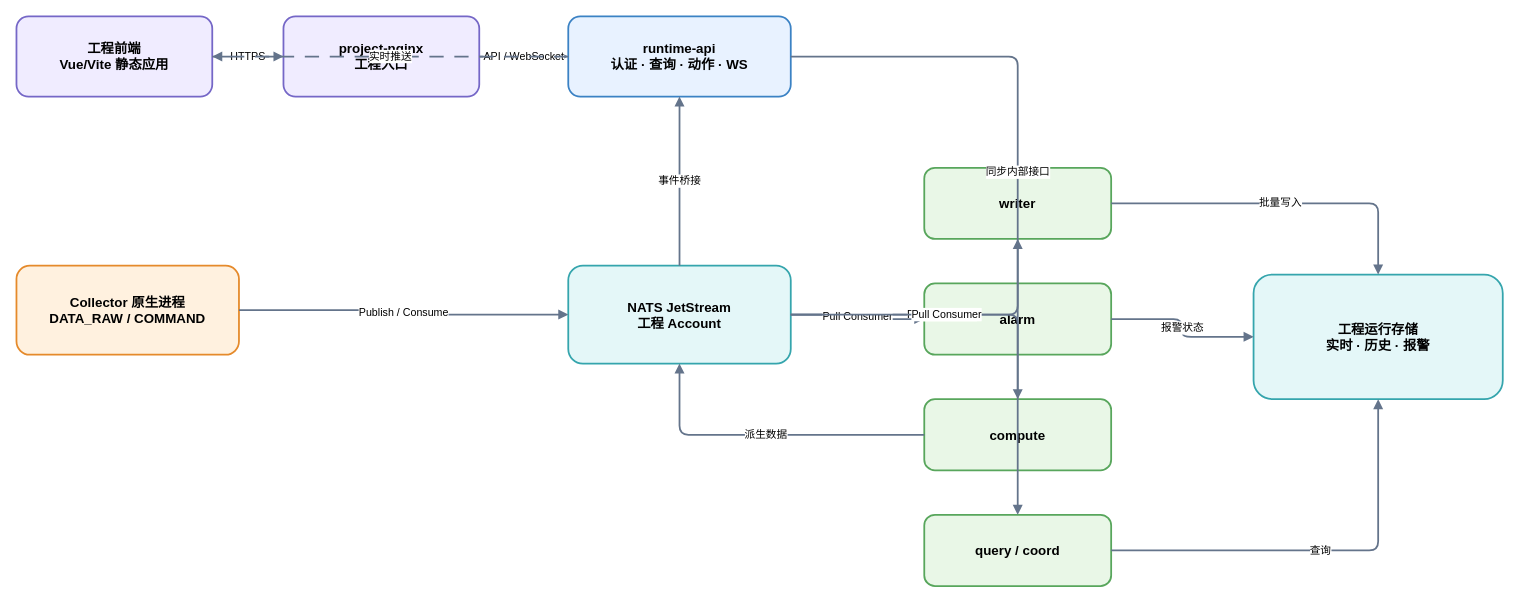
hsworld-top/InduForge keeps this draw.io diagram as docs/diagrams/工程运行微服务交互.drawio. Above is the earlier version. Source tidied: cells renumbered, new cells numbered last; positions are measured from the earlier drawing's top-left corner, leaving out a move shared by most shapes. Both pictures are drawn from the tidied source at 89%, with x=0, y=0 at pixel (16, 16).
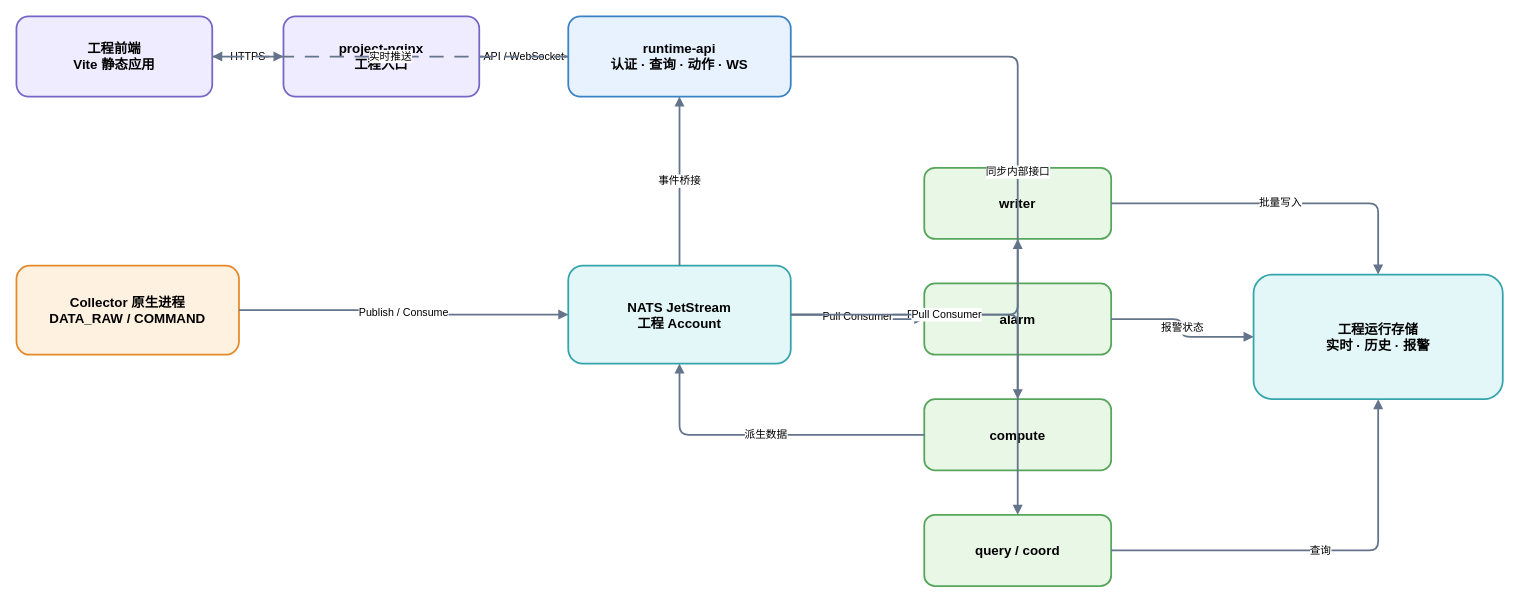
The same diagram, later.

Diff of the diagram source:
```diff
@@
-    <mxCell id="2" value="工程前端&lt;br&gt;Vue/Vite 静态应用" style="rounded=1;whiteSpace=wrap;html=1;fillColor=#F0ECFF;strokeColor=#7567C7;strokeWidth=2;fontSize=15;fontFamily=Microsoft YaHei;fontStyle=1;" parent="1" vertex="1">
+    <mxCell id="2" value="工程前端&lt;br&gt;Vite 静态应用" style="rounded=1;whiteSpace=wrap;html=1;fillColor=#F0ECFF;strokeColor=#7567C7;strokeWidth=2;fontSize=15;fontFamily=Microsoft YaHei;fontStyle=1;" parent="1" vertex="1">
       <mxGeometry width="220" height="90" as="geometry" />
     </mxCell>
```
